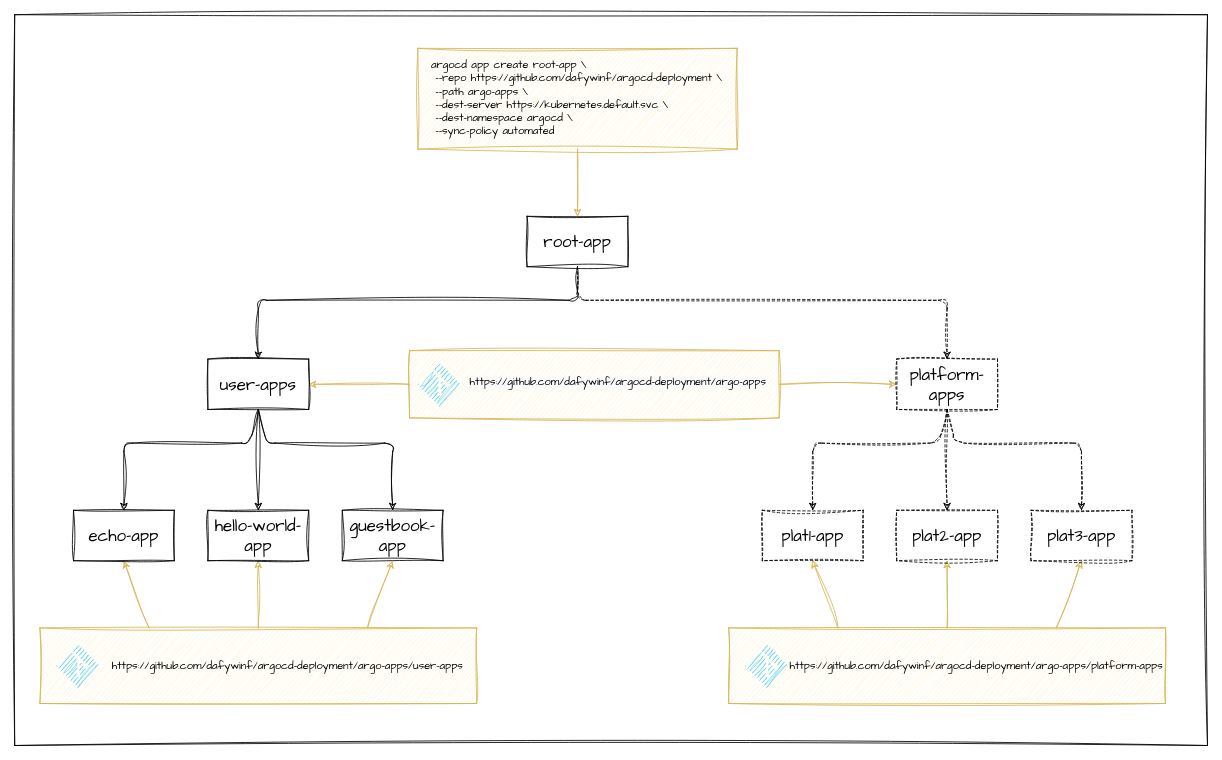
Before: documentation/diagrams/app-of-apps-deployment.drawio in dafywinf/argocd-deployment, a draw.io diagram. Source tidied: cells renumbered, new cells numbered last; positions are measured from the earlier drawing's top-left corner, leaving out a move shared by most shapes. Both pictures are drawn from the tidied source at 84%, with x=0, y=0 at pixel (14, 14).
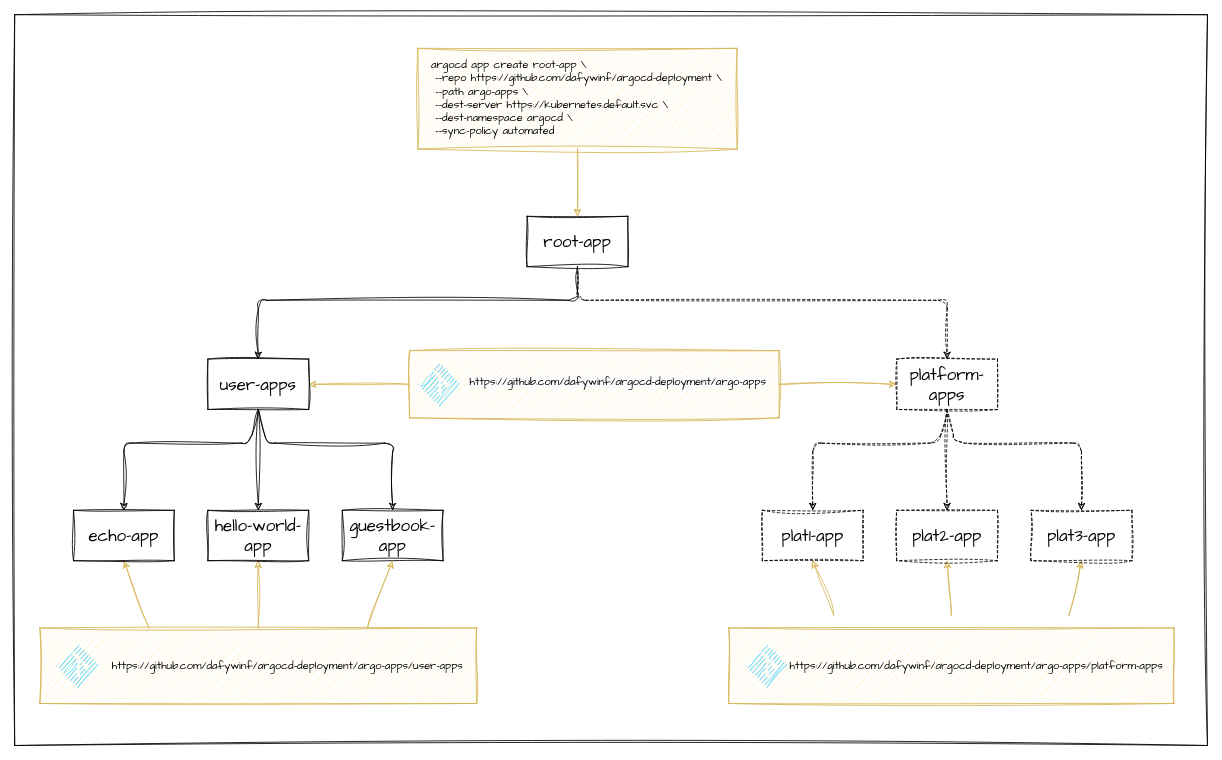
The same diagram, later.

The edit, as a diff of the source:
```diff
@@
-    <mxCell id="30" style="rounded=0;whiteSpace=wrap;html=1;sketch=1;hachureGap=4;jiggle=2;curveFitting=1;strokeColor=#d6b656;fontFamily=Architects Daughter;fontSize=14;fontColor=#000000;fillColor=#fff2cc;gradientColor=none;" parent="1" vertex="1">
-      <mxGeometry x="850" y="730" width="520" height="90" as="geometry" />
+    <mxCell id="30" style="rounded=0;whiteSpace=wrap;html=1;sketch=1;hachureGap=4;jiggle=2;curveFitting=1;strokeColor=#d6b656;fontFamily=Architects Daughter;fontSize=14;fontColor=#000000;fillColor=#fff2cc;gradientColor=none;perimeterSpacing=15;" parent="1" vertex="1">
+      <mxGeometry x="850" y="730" width="530" height="90" as="geometry" />
     </mxCell>
@@
-    <mxCell id="37" value="&lt;div style=&quot;&quot;&gt;&lt;pre style=&quot;font-size: 9.8pt;&quot;&gt;&lt;pre style=&quot;border-color: var(--border-color); font-size: 9.8pt;&quot;&gt;&lt;font style=&quot;border-color: var(--border-color);&quot; face=&quot;Architects Daughter&quot;&gt;https://github.com/dafywinf/argocd-deployment/argo-apps/platform-apps&lt;/font&gt;&lt;/pre&gt;&lt;/pre&gt;&lt;/div&gt;" style="text;html=1;strokeColor=none;fillColor=none;align=center;verticalAlign=middle;whiteSpace=wrap;rounded=0;sketch=1;hachureGap=4;jiggle=2;curveFitting=1;fontFamily=Architects Daughter;fontSize=14;fontColor=#000000;" parent="1" vertex="1">
+    <mxCell id="37" value="&lt;div style=&quot;&quot;&gt;&lt;pre style=&quot;font-size: 9.8pt;&quot;&gt;&lt;pre style=&quot;border-color: var(--border-color); font-size: 9.8pt;&quot;&gt;&lt;font style=&quot;border-color: var(--border-color);&quot; face=&quot;Architects Daughter&quot;&gt;https://github.com/dafywinf/argocd-deployment/argo-apps/platform-apps&lt;/font&gt;&lt;/pre&gt;&lt;/pre&gt;&lt;/div&gt;" style="text;html=1;strokeColor=none;fillColor=none;align=center;verticalAlign=middle;whiteSpace=wrap;rounded=0;sketch=1;hachureGap=4;jiggle=2;curveFitting=1;fontFamily=Architects Daughter;fontSize=14;fontColor=#000000;perimeterSpacing=15;" parent="1" vertex="1">
       <mxGeometry x="1020" y="745" width="250" height="60" as="geometry" />
     </mxCell>
```
